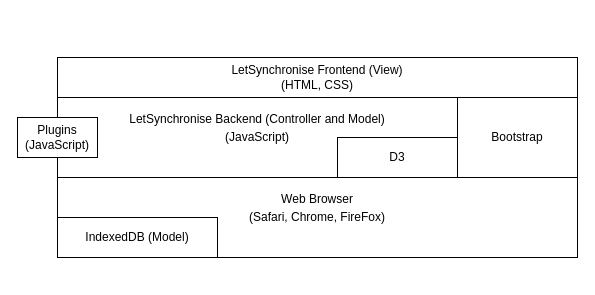
uniba-swt/LetSynchronise keeps this draw.io diagram as page "Architecture" (1 of 2) of docs/architecture.drawio. Above is the earlier version. Source tidied: cells renumbered, new cells numbered last; positions are measured from the earlier drawing's top-left corner, leaving out a move shared by most shapes. Both pictures are drawn from the tidied source at 100%, with x=0, y=0 at pixel (17, 57).
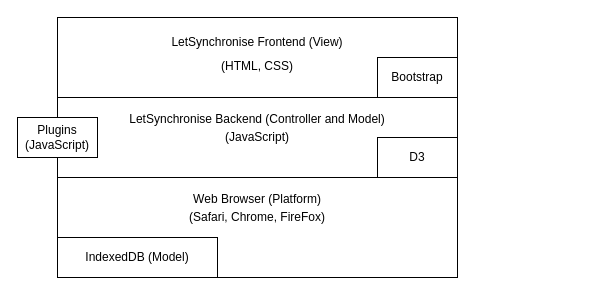
After the change.

What changed in the source:
```diff
@@
 <mxGraphModel>
   <root>
     <mxCell id="0" />
     <mxCell id="1" parent="0" />
     <mxCell id="2" value="&lt;p style=&quot;line-height: 50%;&quot;&gt;LetSynchronise Backend (Controller and Model)&lt;/p&gt;&lt;p style=&quot;line-height: 50%;&quot;&gt;(JavaScript)&lt;/p&gt;" style="rounded=0;whiteSpace=wrap;html=1;verticalAlign=top;" parent="1" vertex="1">
       <mxGeometry x="40" y="40" width="400" height="80" as="geometry" />
     </mxCell>
-    <mxCell id="3" value="LetSynchronise Frontend (View)&lt;br&gt;(HTML, CSS)" style="rounded=0;whiteSpace=wrap;html=1;" parent="1" vertex="1">
-      <mxGeometry x="40" width="520" height="40" as="geometry" />
+    <mxCell id="3" value="&lt;p style=&quot;line-height: 100%;&quot;&gt;LetSynchronise Frontend (View)&lt;/p&gt;&lt;p style=&quot;line-height: 100%;&quot;&gt;(HTML, CSS)&lt;/p&gt;" style="rounded=0;whiteSpace=wrap;html=1;verticalAlign=top;" parent="1" vertex="1">
+      <mxGeometry x="40" y="-40" width="400" height="80" as="geometry" />
     </mxCell>
     <mxCell id="4" value="Bootstrap" style="rounded=0;whiteSpace=wrap;html=1;" parent="1" vertex="1">
-      <mxGeometry x="440" y="40" width="120" height="80" as="geometry" />
+      <mxGeometry x="360" width="80" height="40" as="geometry" />
     </mxCell>
-    <mxCell id="5" value="&lt;p style=&quot;line-height: 50%;&quot;&gt;Web Browser&lt;/p&gt;&lt;p style=&quot;line-height: 50%;&quot;&gt;(Safari, Chrome, FireFox)&lt;/p&gt;" style="rounded=0;whiteSpace=wrap;html=1;verticalAlign=top;" parent="1" vertex="1">
-      <mxGeometry x="40" y="120" width="520" height="80" as="geometry" />
+    <mxCell id="5" value="&lt;p style=&quot;line-height: 50%;&quot;&gt;Web Browser (Platform)&lt;/p&gt;&lt;p style=&quot;line-height: 50%;&quot;&gt;(Safari, Chrome, FireFox)&lt;/p&gt;" style="rounded=0;whiteSpace=wrap;html=1;verticalAlign=top;" parent="1" vertex="1">
+      <mxGeometry x="40" y="120" width="400" height="100" as="geometry" />
     </mxCell>
     <mxCell id="6" value="D3" style="rounded=0;whiteSpace=wrap;html=1;" parent="1" vertex="1">
-      <mxGeometry x="320" y="80" width="120" height="40" as="geometry" />
+      <mxGeometry x="360" y="80" width="80" height="40" as="geometry" />
     </mxCell>
     <mxCell id="7" value="IndexedDB (Model)" style="rounded=0;whiteSpace=wrap;html=1;" parent="1" vertex="1">
-      <mxGeometry x="40" y="160" width="160" height="40" as="geometry" />
+      <mxGeometry x="40" y="180" width="160" height="40" as="geometry" />
     </mxCell>
     <mxCell id="8" value="Plugins&lt;br&gt;(JavaScript)" style="rounded=0;whiteSpace=wrap;html=1;" parent="1" vertex="1">
       <mxGeometry y="60" width="80" height="40" as="geometry" />
     </mxCell>
   </root>
 </mxGraphModel>
```
